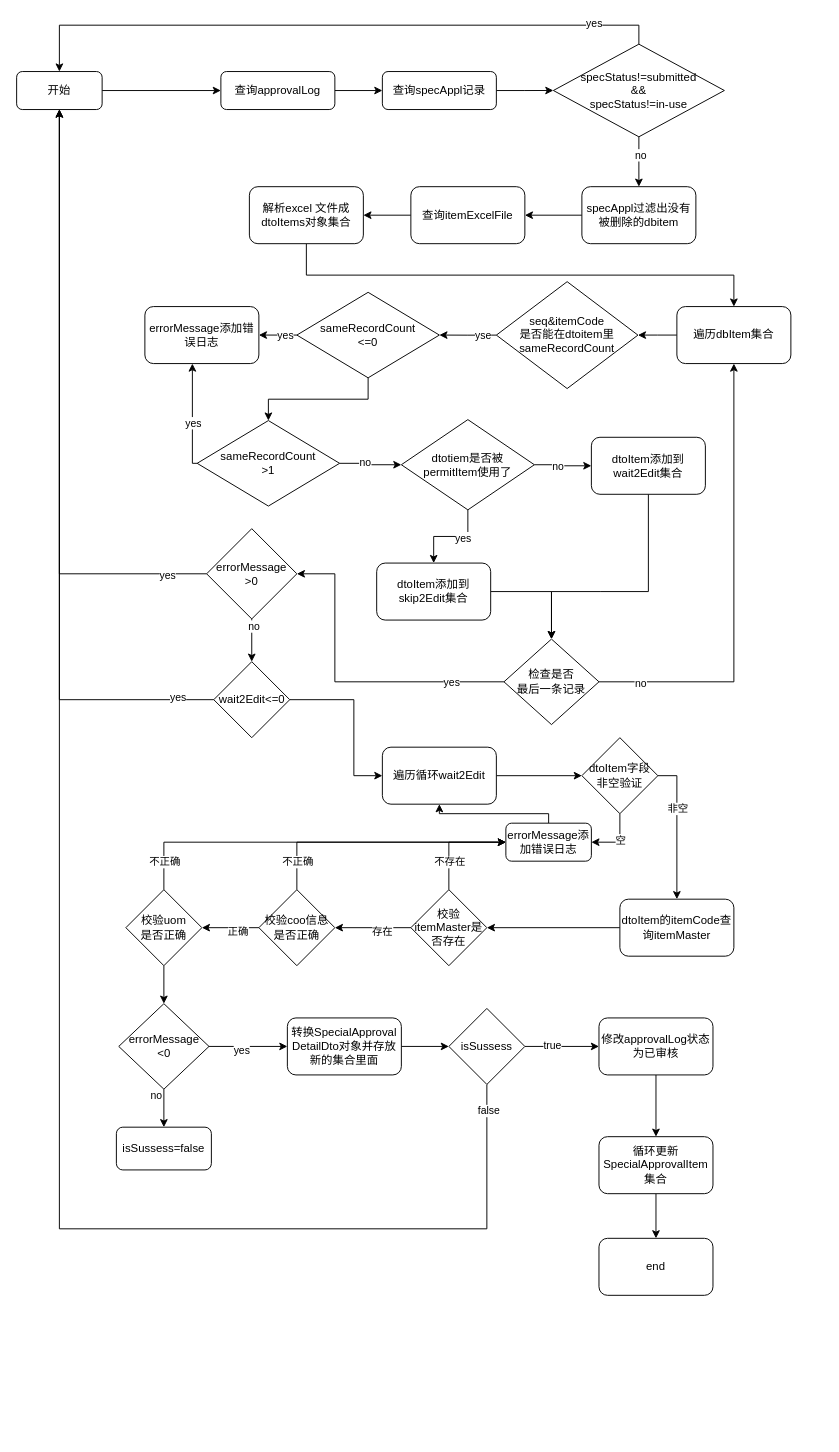
Before: specAppl-edit-appraved.drawio in 1119132473/doc, a draw.io diagram. Source tidied: cells renumbered, new cells numbered last; positions are measured from the earlier drawing's top-left corner, leaving out a move shared by most shapes. Both pictures are drawn from the tidied source at 95%, with x=0, y=0 at pixel (16, 44).
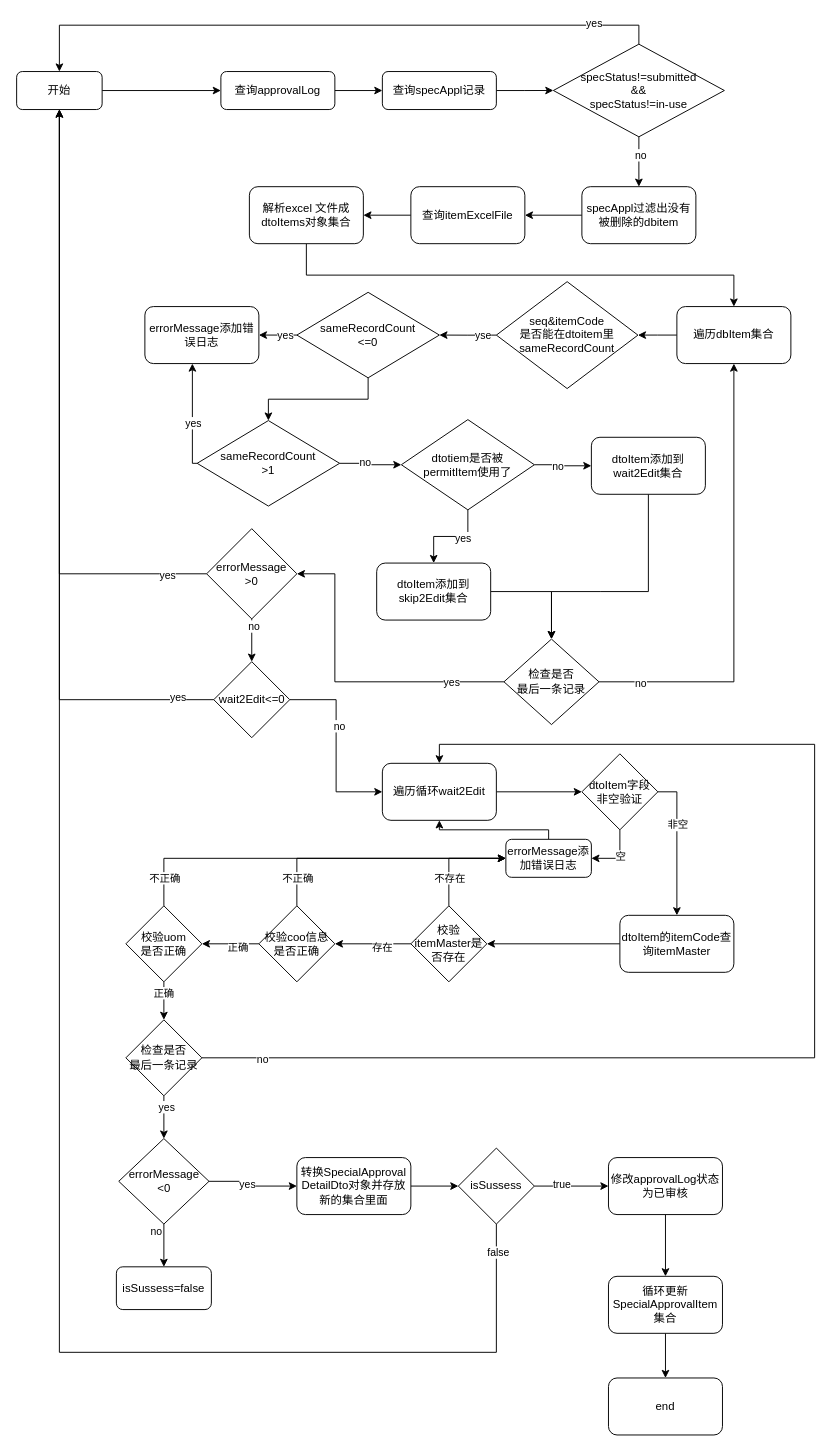
Above is the later version.

The change refers to these unchanged cells:
```xml
<mxCell id="3" value="开始" style="rounded=1;whiteSpace=wrap;html=1;fontSize=12;glass=0;strokeWidth=1;shadow=0;" parent="1" vertex="1">
  <mxGeometry y="28.8" width="90" height="40" as="geometry" />
</mxCell>
<mxCell id="55" value="wait2Edit&amp;lt;=0" style="rhombus;whiteSpace=wrap;html=1;" parent="1" vertex="1">
  <mxGeometry x="207.5" y="650" width="80" height="80" as="geometry" />
</mxCell>
```

What changed in the source:
```diff
@@
+    <mxCell id="56" style="edgeStyle=orthogonalEdgeStyle;rounded=0;jettySize=auto;html=1;exitX=1;exitY=0.5;exitDx=0;exitDy=0;entryX=0;entryY=0.5;entryDx=0;entryDy=0;" parent="1" edge="1" source="55" target="58">
+      <mxGeometry relative="1" as="geometry" />
+    </mxCell>
+    <mxCell id="100" value="no" style="edgeLabel;html=1;align=center;verticalAlign=middle;" parent="56" vertex="1">
+      <mxGeometry x="-0.22" y="3" relative="1" as="geometry" />
+    </mxCell>
@@
-    <mxCell id="56" style="edgeStyle=orthogonalEdgeStyle;rounded=0;jettySize=auto;html=1;exitX=1;exitY=0.5;exitDx=0;exitDy=0;entryX=0;entryY=0.5;entryDx=0;entryDy=0;" parent="1" edge="1" source="55" target="58">
-      <mxGeometry relative="1" as="geometry">
-        <Array as="points">
-          <mxPoint x="355" y="690" />
-          <mxPoint x="355" y="770" />
-        </Array>
-      </mxGeometry>
-    </mxCell>
@@
     <mxCell id="58" value="遍历循环wait2Edit" style="rounded=1;whiteSpace=wrap;html=1;" parent="1" vertex="1">
-      <mxGeometry x="385" y="740" width="120" height="60" as="geometry" />
+      <mxGeometry x="385" y="757" width="120" height="60" as="geometry" />
     </mxCell>
@@
     <mxCell id="62" value="dtoItem的itemCode查询itemMaster" style="rounded=1;whiteSpace=wrap;html=1;" parent="1" vertex="1">
-      <mxGeometry x="635" y="900" width="120" height="60" as="geometry" />
+      <mxGeometry x="635" y="917" width="120" height="60" as="geometry" />
     </mxCell>
@@
     <mxCell id="65" value="&lt;div&gt;dtoItem字段&lt;/div&gt;&lt;div&gt;非空验证&lt;br&gt;&lt;/div&gt;" style="rhombus;whiteSpace=wrap;html=1;" parent="1" vertex="1">
-      <mxGeometry x="595" y="730" width="80" height="80" as="geometry" />
+      <mxGeometry x="595" y="747" width="80" height="80" as="geometry" />
     </mxCell>
     <mxCell id="66" style="edgeStyle=orthogonalEdgeStyle;rounded=0;jettySize=auto;html=1;exitX=0.5;exitY=0;exitDx=0;exitDy=0;entryX=0.5;entryY=1;entryDx=0;entryDy=0;" parent="1" edge="1" source="67" target="58">
       <mxGeometry relative="1" as="geometry">
         <Array as="points">
-          <mxPoint x="560" y="810" />
-          <mxPoint x="445" y="810" />
+          <mxPoint x="560" y="827" />
+          <mxPoint x="445" y="827" />
         </Array>
       </mxGeometry>
     </mxCell>
     <mxCell id="67" value="errorMessage添加错误日志" style="rounded=1;whiteSpace=wrap;html=1;" parent="1" vertex="1">
-      <mxGeometry x="515" y="820" width="90" height="40" as="geometry" />
+      <mxGeometry x="515" y="837" width="90" height="40" as="geometry" />
     </mxCell>
@@
     <mxCell id="72" value="校验itemMaster是否存在" style="rhombus;whiteSpace=wrap;html=1;" parent="1" vertex="1">
-      <mxGeometry x="415" y="890" width="80" height="80" as="geometry" />
+      <mxGeometry x="415" y="907" width="80" height="80" as="geometry" />
     </mxCell>
     <mxCell id="73" style="edgeStyle=orthogonalEdgeStyle;rounded=0;jettySize=auto;html=1;exitX=0.5;exitY=0;exitDx=0;exitDy=0;entryX=0;entryY=0.5;entryDx=0;entryDy=0;" parent="1" edge="1" source="77" target="67">
       <mxGeometry relative="1" as="geometry">
         <Array as="points">
-          <mxPoint x="295" y="840" />
+          <mxPoint x="295" y="857" />
         </Array>
       </mxGeometry>
     </mxCell>
@@
     <mxCell id="77" value="校验coo信息是否正确" style="rhombus;whiteSpace=wrap;html=1;" parent="1" vertex="1">
-      <mxGeometry x="255" y="890" width="80" height="80" as="geometry" />
+      <mxGeometry x="255" y="907" width="80" height="80" as="geometry" />
     </mxCell>
@@
-    <mxCell id="80" style="edgeStyle=orthogonalEdgeStyle;rounded=0;jettySize=auto;html=1;" parent="1" edge="1" source="81" target="86">
+    <mxCell id="80" style="edgeStyle=orthogonalEdgeStyle;rounded=0;jettySize=auto;html=1;entryX=0.5;entryY=0;entryDx=0;entryDy=0;" parent="1" edge="1" source="81" target="106">
       <mxGeometry relative="1" as="geometry" />
     </mxCell>
+    <mxCell id="101" value="正确" style="edgeLabel;html=1;align=center;verticalAlign=middle;" parent="80" vertex="1">
+      <mxGeometry x="-0.47" y="-1" relative="1" as="geometry" />
+    </mxCell>
     <mxCell id="81" value="&lt;div&gt;校验uom&lt;/div&gt;&lt;div&gt;是否正确&lt;br&gt;&lt;/div&gt;" style="rhombus;whiteSpace=wrap;html=1;" parent="1" vertex="1">
-      <mxGeometry x="115" y="890" width="80" height="80" as="geometry" />
+      <mxGeometry x="115" y="907" width="80" height="80" as="geometry" />
     </mxCell>
@@
     <mxCell id="86" value="&lt;div&gt;errorMessage&lt;/div&gt;&lt;div&gt;&amp;lt;0&lt;br&gt;&lt;/div&gt;" style="rhombus;whiteSpace=wrap;html=1;" parent="1" vertex="1">
-      <mxGeometry x="107.5" y="1010" width="95" height="90" as="geometry" />
+      <mxGeometry x="107.5" y="1152" width="95" height="90" as="geometry" />
     </mxCell>
@@
     <mxCell id="88" value="&lt;div&gt;转换SpecialApproval&lt;/div&gt;&lt;div&gt;DetailDto对象并存放新的集合里面&lt;/div&gt;" style="rounded=1;whiteSpace=wrap;html=1;" parent="1" vertex="1">
-      <mxGeometry x="285" y="1025" width="120" height="60" as="geometry" />
+      <mxGeometry x="295" y="1172" width="120" height="60" as="geometry" />
     </mxCell>
     <mxCell id="89" value="isSussess=false" style="rounded=1;whiteSpace=wrap;html=1;" parent="1" vertex="1">
-      <mxGeometry x="105" y="1140" width="100" height="45" as="geometry" />
+      <mxGeometry x="105" y="1287" width="100" height="45" as="geometry" />
     </mxCell>
@@
     <mxCell id="92" style="edgeStyle=orthogonalEdgeStyle;rounded=0;jettySize=auto;html=1;exitX=0.5;exitY=1;exitDx=0;exitDy=0;entryX=0.5;entryY=1;entryDx=0;entryDy=0;" parent="1" edge="1" source="94" target="3">
       <mxGeometry relative="1" as="geometry">
         <Array as="points">
-          <mxPoint x="495" y="1247" />
-          <mxPoint x="45" y="1247" />
+          <mxPoint x="505" y="1377" />
+          <mxPoint x="45" y="1377" />
         </Array>
       </mxGeometry>
     </mxCell>
@@
     <mxCell id="94" value="isSussess" style="rhombus;whiteSpace=wrap;html=1;" parent="1" vertex="1">
-      <mxGeometry x="455" y="1015" width="80" height="80" as="geometry" />
+      <mxGeometry x="465" y="1162" width="80" height="80" as="geometry" />
     </mxCell>
@@
     <mxCell id="96" value="修改approvalLog状态为已审核" style="rounded=1;whiteSpace=wrap;html=1;" parent="1" vertex="1">
-      <mxGeometry x="613" y="1025" width="120" height="60" as="geometry" />
+      <mxGeometry x="623" y="1172" width="120" height="60" as="geometry" />
     </mxCell>
@@
     <mxCell id="98" value="&lt;div&gt;循环更新SpecialApprovalItem集合&lt;/div&gt;" style="rounded=1;whiteSpace=wrap;html=1;" parent="1" vertex="1">
-      <mxGeometry x="613" y="1150" width="120" height="60" as="geometry" />
+      <mxGeometry x="623" y="1297" width="120" height="60" as="geometry" />
     </mxCell>
     <mxCell id="99" value="end" style="rounded=1;whiteSpace=wrap;html=1;" parent="1" vertex="1">
-      <mxGeometry x="613" y="1257" width="120" height="60" as="geometry" />
+      <mxGeometry x="623" y="1404" width="120" height="60" as="geometry" />
     </mxCell>
+    <mxCell id="102" style="edgeStyle=orthogonalEdgeStyle;rounded=0;jettySize=auto;html=1;exitX=0.5;exitY=1;exitDx=0;exitDy=0;entryX=0.5;entryY=0;entryDx=0;entryDy=0;" parent="1" edge="1" source="106" target="86">
+      <mxGeometry relative="1" as="geometry" />
+    </mxCell>
+    <mxCell id="103" value="yes" style="edgeLabel;html=1;align=center;verticalAlign=middle;" parent="102" vertex="1">
+      <mxGeometry x="-0.51" y="2" relative="1" as="geometry" />
+    </mxCell>
+    <mxCell id="104" style="edgeStyle=orthogonalEdgeStyle;rounded=0;jettySize=auto;html=1;exitX=1;exitY=0.5;exitDx=0;exitDy=0;entryX=0.5;entryY=0;entryDx=0;entryDy=0;" parent="1" edge="1" source="106" target="58">
+      <mxGeometry relative="1" as="geometry">
+        <Array as="points">
+          <mxPoint x="840" y="1067" />
+          <mxPoint x="840" y="737" />
+          <mxPoint x="445" y="737" />
+        </Array>
+      </mxGeometry>
+    </mxCell>
+    <mxCell id="105" value="no" style="edgeLabel;html=1;align=center;verticalAlign=middle;" parent="104" vertex="1">
+      <mxGeometry x="-0.91" y="-1" relative="1" as="geometry" />
+    </mxCell>
+    <mxCell id="106" value="&lt;div&gt;检查是否&lt;/div&gt;&lt;div&gt;最后一条记录&lt;br&gt;&lt;/div&gt;" style="rhombus;whiteSpace=wrap;html=1;" parent="1" vertex="1">
+      <mxGeometry x="115" y="1027" width="80" height="80" as="geometry" />
+    </mxCell>
```
